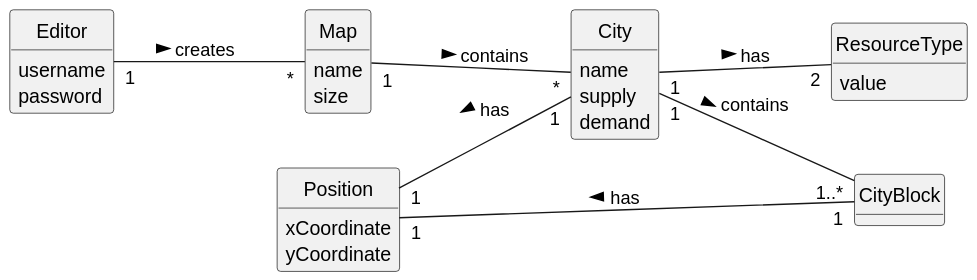
Before: Sprint3/US003/02.analysis/svg/US003-DM.svg, a diagram exported from PlantUML (1240935/pi2-railway-simulator). Its diagram source:
```plantuml
@startuml
skinparam monochrome true
skinparam packageStyle rectangle
skinparam shadowing false
skinparam classAttributeIconSize 0
hide circle
hide methods

hide circle
hide methods

left to right direction

class Map {
    name
    size
}

class City {
    name
    supply
    demand
}

class ResourceType{
    value
}

class CityBlock{
}

class Editor {
    username
    password
}

class Position{
    xCoordinate
    yCoordinate
}



Map "1" -- "*" City : contains >
Editor "1" -- "*" Map : creates >
City "1" -- "1..*" CityBlock: contains >
Position "1" -- "1" City: has <
Position "1" -- "1" CityBlock: has <
City "1" -- "2" ResourceType: has >
@enduml
```
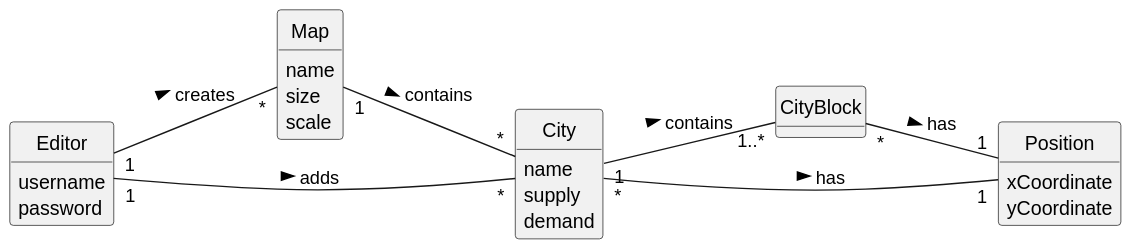
Later version of the same file.

Change to the diagram source:
```diff
@@ -14,16 +14,13 @@
 class Map {
     name
     size
+    scale
 }
 
 class City {
     name
     supply
     demand
-}
-
-class ResourceType{
-    value
 }
 
 class CityBlock{
@@ -43,8 +40,8 @@
 
 Map "1" -- "*" City : contains >
 Editor "1" -- "*" Map : creates >
+Editor "1" -- "*" City: adds >
 City "1" -- "1..*" CityBlock: contains >
-Position "1" -- "1" City: has <
-Position "1" -- "1" CityBlock: has <
-City "1" -- "2" ResourceType: has >
+City "*" -- "1" Position: has >
+CityBlock "*" -- "1" Position: has >
 @enduml
```
